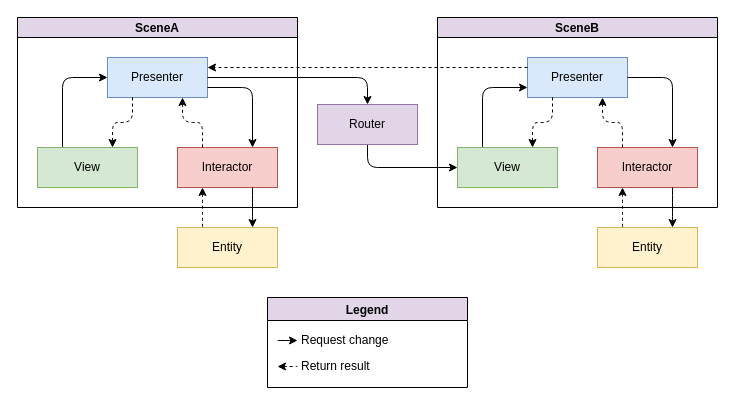
Above: viper.drawio in cjnevin/IdealCleanArchitecture (draw.io), before the change. Source tidied: cells renumbered, new cells numbered last; positions are measured from the earlier drawing's top-left corner, leaving out a move shared by most shapes. Both pictures are drawn from the tidied source at 100%, with x=0, y=0 at pixel (17, 17).
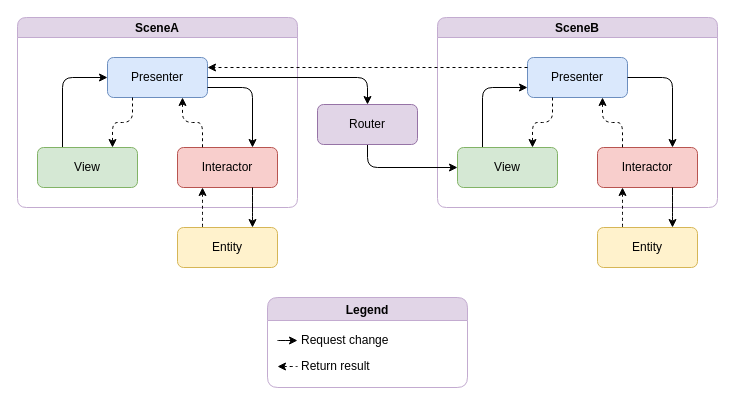
Above is the later version.

What changed in the source:
```diff
@@
-    <mxCell id="2" value="SceneA" style="swimlane;startSize=20;horizontal=1;horizontalTree=0;containerType=tree;fillColor=#E1D5E7;" parent="1" vertex="1">
+    <mxCell id="2" value="SceneA" style="swimlane;startSize=20;horizontal=1;horizontalTree=0;containerType=tree;fillColor=#E1D5E7;strokeColor=#C3ABD0;rounded=1;" parent="1" vertex="1">
       <mxGeometry width="280" height="190" as="geometry" />
     </mxCell>
-    <mxCell id="3" value="Presenter" style="whiteSpace=wrap;html=1;fillColor=#dae8fc;strokeColor=#6c8ebf;" parent="2" vertex="1">
+    <mxCell id="3" value="Presenter" style="whiteSpace=wrap;html=1;fillColor=#dae8fc;strokeColor=#6c8ebf;rounded=1;" parent="2" vertex="1">
       <mxGeometry x="90" y="40" width="100" height="40" as="geometry" />
     </mxCell>
@@
-    <mxCell id="5" value="View" style="whiteSpace=wrap;html=1;fillColor=#d5e8d4;strokeColor=#82b366;" parent="2" vertex="1">
+    <mxCell id="5" value="View" style="whiteSpace=wrap;html=1;fillColor=#d5e8d4;strokeColor=#82b366;rounded=1;" parent="2" vertex="1">
       <mxGeometry x="20" y="130" width="100" height="40" as="geometry" />
     </mxCell>
@@
-    <mxCell id="8" value="Interactor" style="whiteSpace=wrap;html=1;fillColor=#f8cecc;strokeColor=#b85450;" parent="2" vertex="1">
+    <mxCell id="8" value="Interactor" style="whiteSpace=wrap;html=1;fillColor=#f8cecc;strokeColor=#b85450;rounded=1;" parent="2" vertex="1">
       <mxGeometry x="160" y="130" width="100" height="40" as="geometry" />
     </mxCell>
@@
-    <mxCell id="11" value="Entity" style="whiteSpace=wrap;html=1;fillColor=#fff2cc;strokeColor=#d6b656;" parent="1" vertex="1">
+    <mxCell id="11" value="Entity" style="whiteSpace=wrap;html=1;fillColor=#fff2cc;strokeColor=#d6b656;rounded=1;" parent="1" vertex="1">
       <mxGeometry x="160" y="210" width="100" height="40" as="geometry" />
     </mxCell>
-    <mxCell id="12" value="SceneB" style="swimlane;startSize=20;horizontal=1;horizontalTree=0;containerType=tree;fillColor=#E1D5E7;" parent="1" vertex="1">
+    <mxCell id="12" value="SceneB" style="swimlane;startSize=20;horizontal=1;horizontalTree=0;containerType=tree;fillColor=#E1D5E7;rounded=1;strokeColor=#C3ABD0;" parent="1" vertex="1">
       <mxGeometry x="420" width="280" height="190" as="geometry" />
     </mxCell>
-    <mxCell id="13" value="Presenter" style="whiteSpace=wrap;html=1;fillColor=#dae8fc;strokeColor=#6c8ebf;" parent="12" vertex="1">
+    <mxCell id="13" value="Presenter" style="whiteSpace=wrap;html=1;fillColor=#dae8fc;strokeColor=#6c8ebf;rounded=1;glass=0;shadow=0;" parent="12" vertex="1">
       <mxGeometry x="90" y="40" width="100" height="40" as="geometry" />
     </mxCell>
@@
-    <mxCell id="15" value="View" style="whiteSpace=wrap;html=1;fillColor=#d5e8d4;strokeColor=#82b366;" parent="12" vertex="1">
+    <mxCell id="15" value="View" style="whiteSpace=wrap;html=1;fillColor=#d5e8d4;strokeColor=#82b366;rounded=1;glass=0;shadow=0;" parent="12" vertex="1">
       <mxGeometry x="20" y="130" width="100" height="40" as="geometry" />
     </mxCell>
@@
-    <mxCell id="18" value="Interactor" style="whiteSpace=wrap;html=1;fillColor=#f8cecc;strokeColor=#b85450;" parent="12" vertex="1">
+    <mxCell id="18" value="Interactor" style="whiteSpace=wrap;html=1;fillColor=#f8cecc;strokeColor=#b85450;rounded=1;glass=0;shadow=0;" parent="12" vertex="1">
       <mxGeometry x="160" y="130" width="100" height="40" as="geometry" />
     </mxCell>
@@
-    <mxCell id="21" value="Entity" style="whiteSpace=wrap;html=1;fillColor=#fff2cc;strokeColor=#d6b656;" parent="1" vertex="1">
+    <mxCell id="21" value="Entity" style="whiteSpace=wrap;html=1;fillColor=#fff2cc;strokeColor=#d6b656;rounded=1;glass=0;shadow=0;" parent="1" vertex="1">
       <mxGeometry x="580" y="210" width="100" height="40" as="geometry" />
     </mxCell>
@@
-    <mxCell id="23" value="Router" style="whiteSpace=wrap;html=1;fillColor=#e1d5e7;strokeColor=#9673a6;" parent="1" vertex="1">
+    <mxCell id="23" value="Router" style="whiteSpace=wrap;html=1;fillColor=#e1d5e7;strokeColor=#9673a6;rounded=1;glass=0;shadow=0;" parent="1" vertex="1">
       <mxGeometry x="300" y="87" width="100" height="40" as="geometry" />
     </mxCell>
@@
-    <mxCell id="32" value="Legend" style="swimlane;fillColor=#E1D5E7;" parent="1" vertex="1">
+    <mxCell id="32" value="Legend" style="swimlane;fillColor=#E1D5E7;rounded=1;strokeColor=#C3ABD0;" parent="1" vertex="1">
       <mxGeometry x="250" y="280" width="200" height="90" as="geometry" />
     </mxCell>
```
